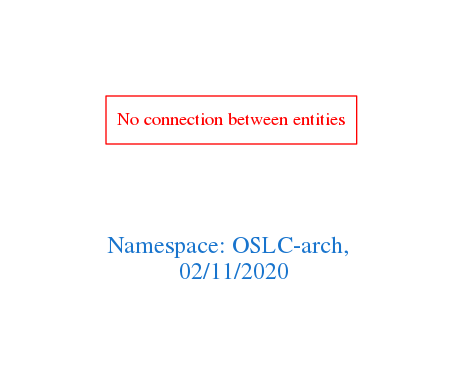
This is downloads/OSLC-arch.png from arago/OGIT, a Graphviz export, as it was before one commit. Its source is kept beside it as downloads/OSLC-arch.dot. Source of this version:
```dot
digraph OGIT_ontology {
 graph [ rankdir= LR,pad=1
fontsize = 18,
fontcolor= dodgerblue3,label = "\n\n\nNamespace: OSLC-arch, \n 02/11/2020"];
node[shape=polygon];
edge [  color="gray81"];

"No connection between entities" [fontcolor = "red",color="red", shape="polygon"]
}
```
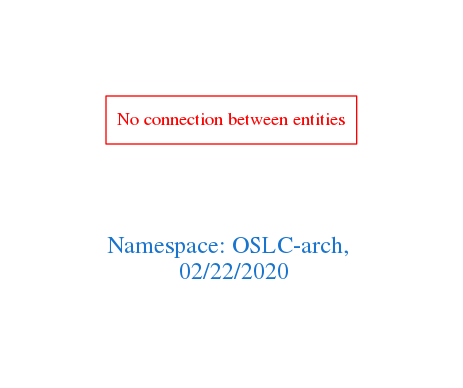
Above is the later version.

What changed in the source:
```diff
@@ -1,7 +1,7 @@
 digraph OGIT_ontology {
  graph [ rankdir= LR,pad=1
 fontsize = 18,
-fontcolor= dodgerblue3,label = "\n\n\nNamespace: OSLC-arch, \n 02/11/2020"];
+fontcolor= dodgerblue3,label = "\n\n\nNamespace: OSLC-arch, \n 02/22/2020"];
 node[shape=polygon];
 edge [  color="gray81"];
 
```
